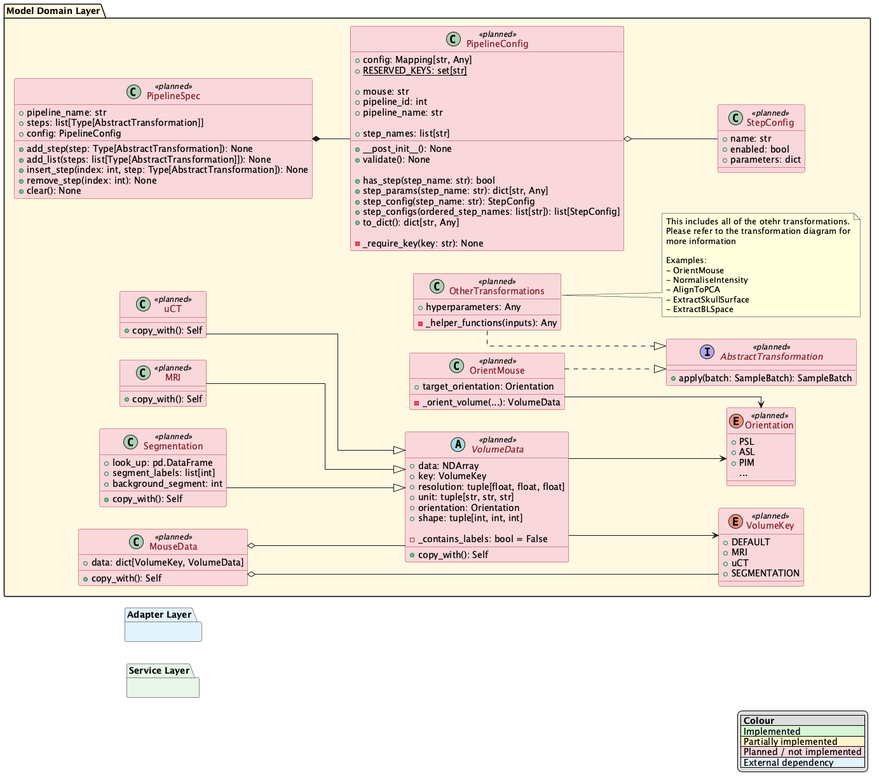
Earlier version of the PlantUML export docs/class.png (GuilhermeCosta-Ferreira/NeuroFrame-package).
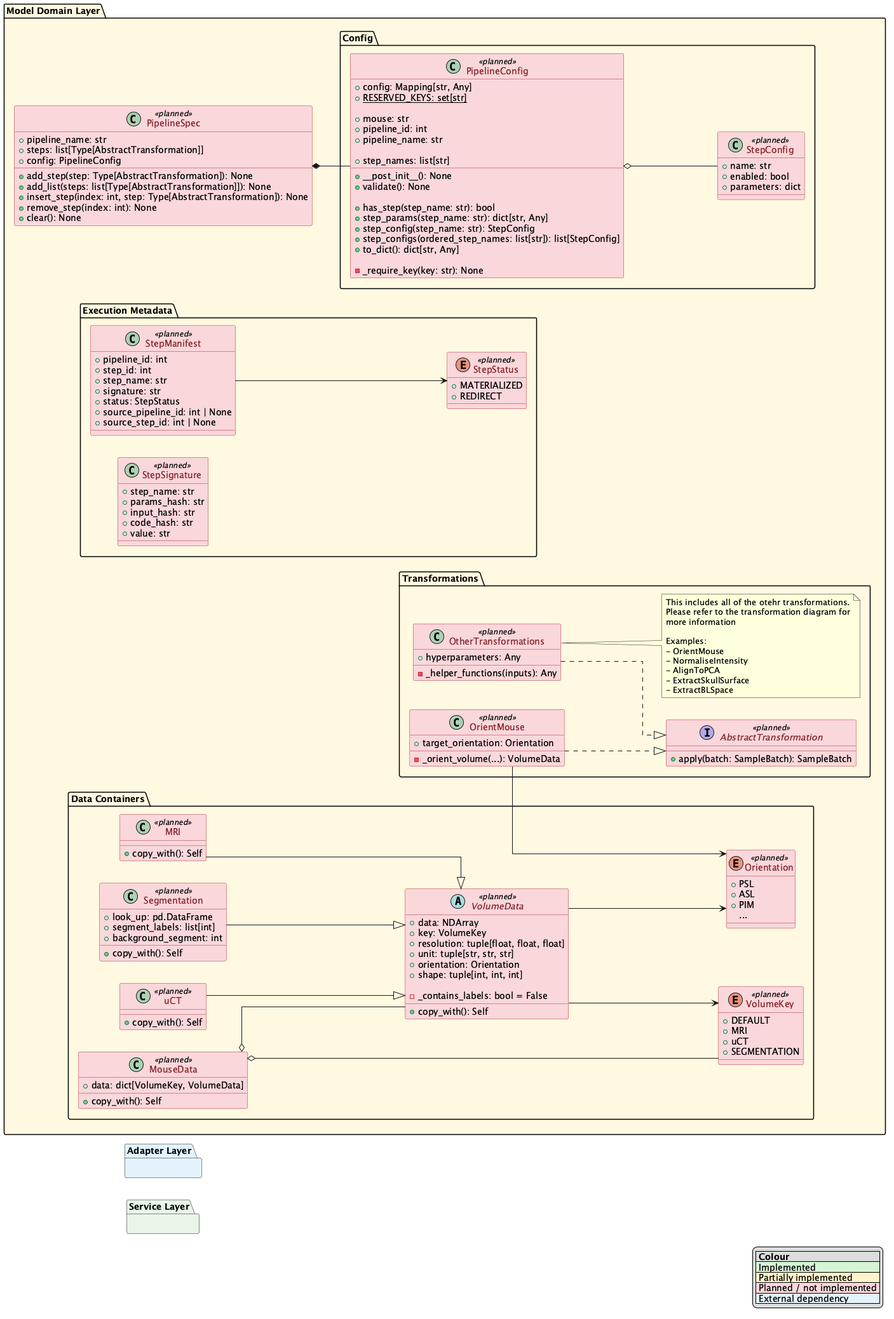
After the change.

Commit message:
docs: added sub-packages and hash saving

Diff of the diagram source:
```diff
@@ -37,109 +37,113 @@
 
 
 package "Model Domain Layer" #FFF8E1 {
-    enum VolumeKey <<planned>> {
-        + DEFAULT
-        + MRI
-        + uCT
-        + SEGMENTATION
+    package "Data Containers"{
+        enum VolumeKey <<planned>> {
+            + DEFAULT
+            + MRI
+            + uCT
+            + SEGMENTATION
+        }
+
+
+        enum Orientation <<planned>> {
+            + PSL
+            + ASL
+            + PIM
+            ...
+        }
+
+
+        abstract class VolumeData <<planned>> {
+            + data: NDArray
+            + key: VolumeKey
+            + resolution: tuple[float, float, float]
+            + unit: tuple[str, str, str]
+            + orientation: Orientation
+            + shape: tuple[int, int, int]
+
+            - _contains_labels: bool = False
+
+            + copy_with(): Self
+        }
+        VolumeData --> VolumeKey
+        VolumeData --> Orientation
+
+
+        class MRI <<planned>> {
+            + copy_with(): Self
+        }
+        MRI --|> VolumeData
+
+
+        class uCT <<planned>> {
+            + copy_with(): Self
+        }
+        uCT --|> VolumeData
+
+
+        class Segmentation <<planned>> {
+            + look_up: pd.DataFrame
+            + segment_labels: list[int]
+            + background_segment: int
+
+            + copy_with(): Self
+        }
+        Segmentation --|> VolumeData
+
+
+        class MouseData <<planned>> {
+            + data: dict[VolumeKey, VolumeData]
+
+            + copy_with(): Self
+        }
+        MouseData o-- VolumeData
+        MouseData o-- VolumeKey
     }
 
 
-    enum Orientation <<planned>> {
-        + PSL
-        + ASL
-        + PIM
-        ...
-    }
+    package "Transformations"{
+        interface AbstractTransformation <<planned>>{
+            + apply(batch: SampleBatch): SampleBatch
+        }
+        !if ($SHOW_DEPENDENCIES == 1)
+        AbstractTransformation ..> MouseData
+        !endif
 
 
-    abstract class VolumeData <<planned>> {
-        + data: NDArray
-        + key: VolumeKey
-        + resolution: tuple[float, float, float]
-        + unit: tuple[str, str, str]
-        + orientation: Orientation
-        + shape: tuple[int, int, int]
+        class OrientMouse <<planned>> {
+            + target_orientation: Orientation
 
-        - _contains_labels: bool = False
-
-        + copy_with(): Self
-    }
-    VolumeData --> VolumeKey
-    VolumeData --> Orientation
+            - _orient_volume(...): VolumeData
+        }
+        OrientMouse ..|> AbstractTransformation
+        OrientMouse --> Orientation
+        !if ($SHOW_DEPENDENCIES == 1)
+        OrientMouse ..> VolumeData
+        !endif
 
 
-    class MRI <<planned>> {
-        + copy_with(): Self
-    }
-    MRI --|> VolumeData
+        class OtherTransformations <<planned>> {
+            + hyperparameters: Any
+
+            - _helper_functions(inputs): Any
+        }
+        OtherTransformations ..|> AbstractTransformation
 
 
-    class uCT <<planned>> {
-        + copy_with(): Self
+        note right of OtherTransformations
+        This includes all of the otehr transformations.
+        Please refer to the transformation diagram for
+        more information
+
+        Examples:
+        - OrientMouse
+        - NormaliseIntensity
+        - AlignToPCA
+        - ExtractSkullSurface
+        - ExtractBLSpace
+        end note
     }
-    uCT --|> VolumeData
-
-
-    class Segmentation <<planned>> {
-        + look_up: pd.DataFrame
-        + segment_labels: list[int]
-        + background_segment: int
-
-        + copy_with(): Self
-    }
-    Segmentation --|> VolumeData
-
-
-    class MouseData <<planned>> {
-        + data: dict[VolumeKey, VolumeData]
-
-        + copy_with(): Self
-    }
-    MouseData o-- VolumeData
-    MouseData o-- VolumeKey
-
-
-    interface AbstractTransformation <<planned>>{
-        + apply(batch: SampleBatch): SampleBatch
-    }
-    !if ($SHOW_DEPENDENCIES == 1)
-    AbstractTransformation ..> MouseData
-    !endif
-
-
-    class OrientMouse <<planned>> {
-        + target_orientation: Orientation
-
-        - _orient_volume(...): VolumeData
-    }
-    OrientMouse ..|> AbstractTransformation
-    OrientMouse --> Orientation
-    !if ($SHOW_DEPENDENCIES == 1)
-    OrientMouse ..> VolumeData
-    !endif
-
-
-    class OtherTransformations <<planned>> {
-        + hyperparameters: Any
-
-        - _helper_functions(inputs): Any
-    }
-    OtherTransformations ..|> AbstractTransformation
-
-
-    note right of OtherTransformations
-    This includes all of the otehr transformations.
-    Please refer to the transformation diagram for
-    more information
-
-    Examples:
-    - OrientMouse
-    - NormaliseIntensity
-    - AlignToPCA
-    - ExtractSkullSurface
-    - ExtractBLSpace
-    end note
 
 
     class PipelineSpec <<planned>> {
@@ -153,41 +157,68 @@
         + remove_step(index: int): None
         + clear(): None
     }
-    PipelineSpec *-- PipelineConfig
     !if ($SHOW_DEPENDENCIES == 1)
     PipelineSpec ..> AbstractTransformation : step types
     !endif
 
 
+    package "Config" {
+        class PipelineConfig <<planned>> {
+            + config: Mapping[str, Any]
+            {static} + RESERVED_KEYS: set[str]
 
-    class PipelineConfig <<planned>> {
-        + config: Mapping[str, Any]
-        {static} + RESERVED_KEYS: set[str]
+            + mouse: str
+            + pipeline_id: int
+            + pipeline_name: str
 
-        + mouse: str
-        + pipeline_id: int
-        + pipeline_name: str
+            + step_names: list[str]
 
-        + step_names: list[str]
+            + __post_init__(): None
+            + validate(): None
 
-        + __post_init__(): None
-        + validate(): None
+            + has_step(step_name: str): bool
+            + step_params(step_name: str): dict[str, Any]
+            + step_config(step_name: str): StepConfig
+            + step_configs(ordered_step_names: list[str]): list[StepConfig]
+            + to_dict(): dict[str, Any]
 
-        + has_step(step_name: str): bool
-        + step_params(step_name: str): dict[str, Any]
-        + step_config(step_name: str): StepConfig
-        + step_configs(ordered_step_names: list[str]): list[StepConfig]
-        + to_dict(): dict[str, Any]
-
-        - _require_key(key: str): None
-    }
-    PipelineConfig o-- StepConfig
+            - _require_key(key: str): None
+        }
+        PipelineConfig o-- StepConfig
 
 
-    class StepConfig <<planned>> {
-        + name: str
-        + enabled: bool
-        + parameters: dict
+        class StepConfig <<planned>> {
+            + name: str
+            + enabled: bool
+            + parameters: dict
+        }
+    }
+
+
+    package "Execution Metadata"{
+        class StepSignature <<planned>> {
+            + step_name: str
+            + params_hash: str
+            + input_hash: str
+            + code_hash: str
+            + value: str
+        }
+
+        class StepManifest <<planned>> {
+            + pipeline_id: int
+            + step_id: int
+            + step_name: str
+            + signature: str
+            + status: StepStatus
+            + source_pipeline_id: int | None
+            + source_step_id: int | None
+        }
+        StepManifest --> StepStatus
+
+        enum StepStatus <<planned>> {
+            + MATERIALIZED
+            + REDIRECT
+        }
     }
 }
 
@@ -200,5 +231,5 @@
 
 
 
-
+PipelineSpec *-- PipelineConfig
 @enduml
```
